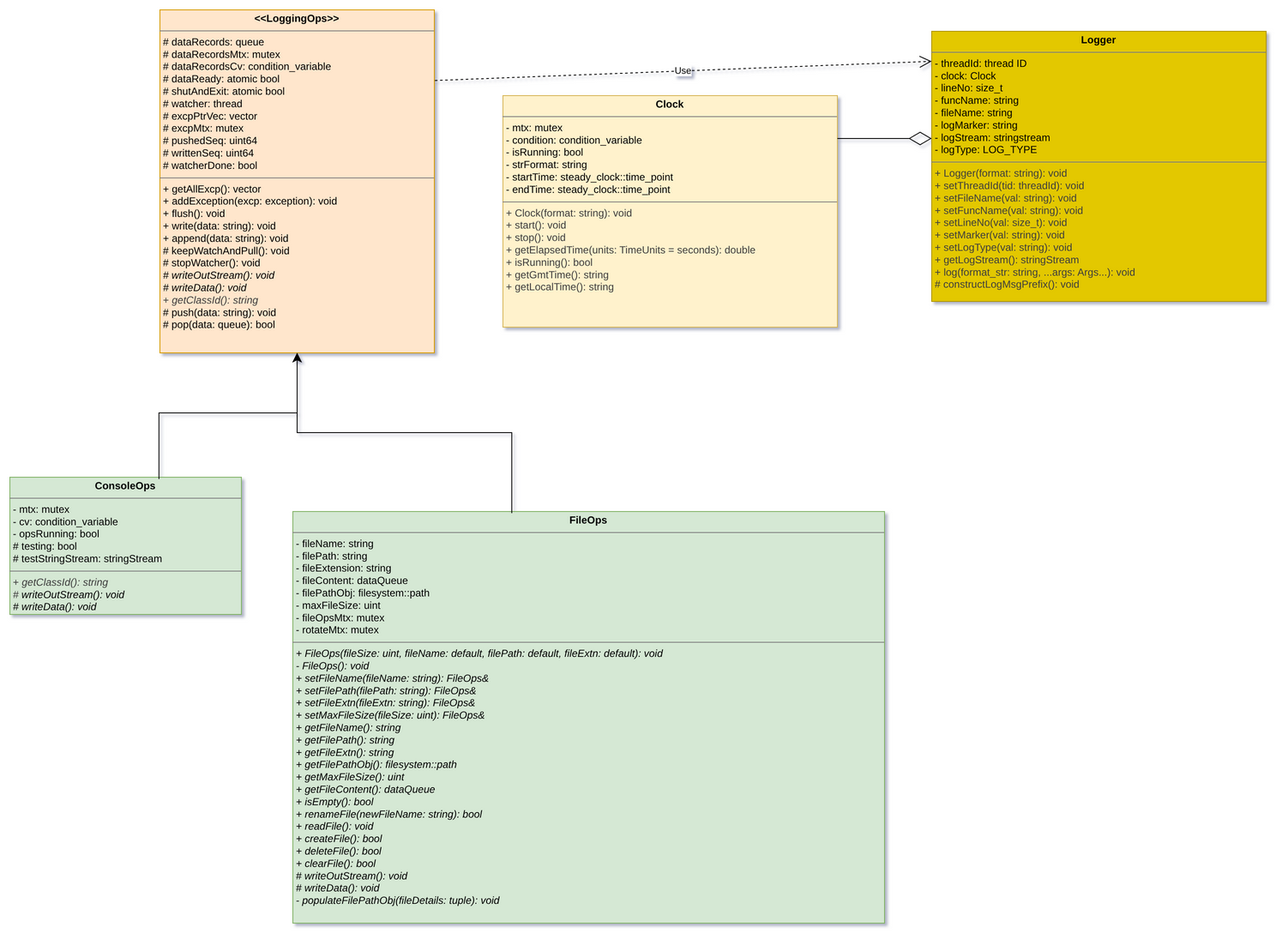
The draw.io diagram docs/ClassDiagram.drawio.png in noukutech/Logger, before a commit. Source tidied: cells renumbered, new cells last; positions are measured from the earlier drawing's top-left corner, leaving out a move shared by most shapes.
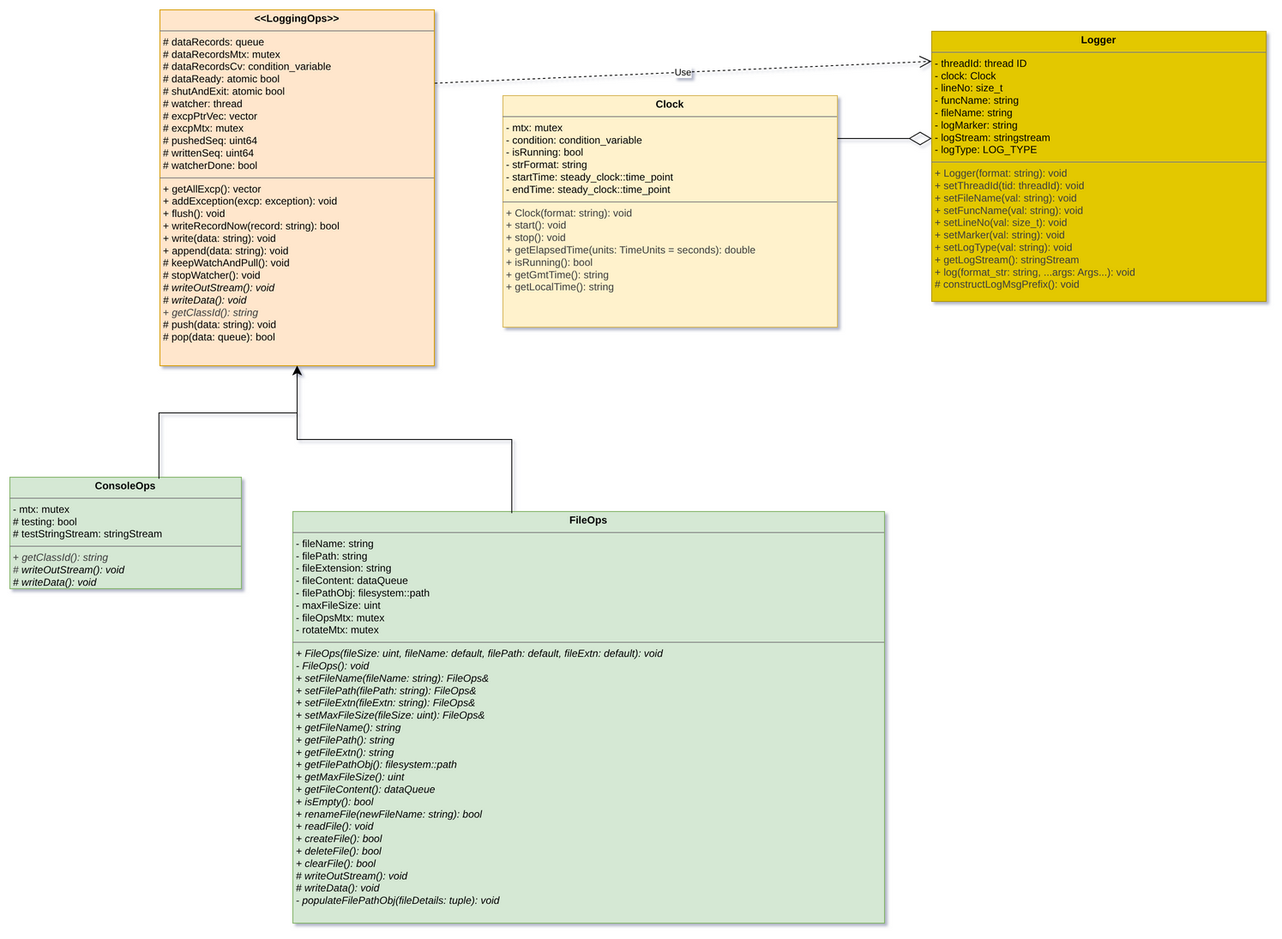
After the commit.

Commit message:
Sync Doxygen comments, class diagram and test image with merged code

What changed in the source:
```diff
@@ -2,11 +2,11 @@
   <root>
     <mxCell id="0" />
     <mxCell id="1" parent="0" />
-    <mxCell id="2" value="&lt;p style=&quot;margin:0px;margin-top:4px;text-align:center;&quot;&gt;&lt;b&gt;&amp;lt;&amp;lt;LoggingOps&amp;gt;&amp;gt;&lt;/b&gt;&lt;/p&gt;&lt;hr size=&quot;1&quot; style=&quot;border-style:solid;&quot;&gt;&lt;p style=&quot;margin:0px;margin-left:4px;&quot;&gt;# dataRecords: queue&lt;/p&gt;&lt;p style=&quot;margin:0px;margin-left:4px;&quot;&gt;# dataRecordsMtx: mutex&lt;/p&gt;&lt;p style=&quot;margin:0px;margin-left:4px;&quot;&gt;# dataRecordsCv: condition_variable&lt;/p&gt;&lt;p style=&quot;margin:0px;margin-left:4px;&quot;&gt;# dataReady: atomic bool&lt;/p&gt;&lt;p style=&quot;margin:0px;margin-left:4px;&quot;&gt;# shutAndExit: atomic bool&lt;/p&gt;&lt;p style=&quot;margin:0px;margin-left:4px;&quot;&gt;# watcher: thread&lt;/p&gt;&lt;p style=&quot;margin:0px;margin-left:4px;&quot;&gt;# excpPtrVec: vector&lt;/p&gt;&lt;p style=&quot;margin:0px;margin-left:4px;&quot;&gt;# excpMtx: mutex&lt;/p&gt;&lt;p style=&quot;margin:0px;margin-left:4px;&quot;&gt;# pushedSeq: uint64&lt;/p&gt;&lt;p style=&quot;margin:0px;margin-left:4px;&quot;&gt;# writtenSeq: uint64&lt;/p&gt;&lt;p style=&quot;margin:0px;margin-left:4px;&quot;&gt;# watcherDone: bool&lt;/p&gt;&lt;hr size=&quot;1&quot; style=&quot;border-style:solid;&quot;&gt;&lt;p style=&quot;margin: 0px 0px 0px 4px;&quot;&gt;+ getAllExcp(): vector&lt;/p&gt;&lt;p style=&quot;margin: 0px 0px 0px 4px;&quot;&gt;+ addException(excp: exception): void&lt;/p&gt;&lt;p style=&quot;margin: 0px 0px 0px 4px;&quot;&gt;+ flush(): void&lt;/p&gt;&lt;p style=&quot;margin: 0px 0px 0px 4px;&quot;&gt;+ write(data: string): void&lt;/p&gt;&lt;p style=&quot;margin: 0px 0px 0px 4px;&quot;&gt;+ append(data: string): void&lt;/p&gt;&lt;p style=&quot;margin: 0px 0px 0px 4px;&quot;&gt;# keepWatchAndPull(): void&lt;/p&gt;&lt;p style=&quot;margin: 0px 0px 0px 4px;&quot;&gt;# stopWatcher(): void&lt;/p&gt;&lt;p style=&quot;margin: 0px 0px 0px 4px;&quot;&gt;&lt;i&gt;# writeOutStream(): void&lt;/i&gt;&lt;/p&gt;&lt;p style=&quot;margin: 0px 0px 0px 4px;&quot;&gt;&lt;i&gt;# writeData(): void&lt;/i&gt;&lt;/p&gt;&lt;p style=&quot;margin: 0px 0px 0px 4px;&quot;&gt;&lt;span style=&quot;color: rgb(63, 63, 63);&quot;&gt;+&amp;nbsp;&lt;/span&gt;&lt;i style=&quot;color: rgb(63, 63, 63);&quot;&gt;getClassId(): string&lt;/i&gt;&lt;i&gt;&lt;/i&gt;&lt;/p&gt;&lt;p style=&quot;margin: 0px 0px 0px 4px;&quot;&gt;# push(data: string): void&lt;/p&gt;&lt;p style=&quot;margin: 0px 0px 0px 4px;&quot;&gt;# pop(data: queue): bool&lt;/p&gt;&lt;p style=&quot;margin: 0px 0px 0px 4px;&quot;&gt;&lt;i&gt;&lt;br&gt;&lt;/i&gt;&lt;/p&gt;" style="verticalAlign=top;align=left;overflow=fill;html=1;whiteSpace=wrap;fillColor=#ffe6cc;strokeColor=#d79b00;direction=south;" parent="1" vertex="1">
-      <mxGeometry x="175" width="320" height="400" as="geometry" />
+    <mxCell id="2" value="&lt;p style=&quot;margin:0px;margin-top:4px;text-align:center;&quot;&gt;&lt;b&gt;&amp;lt;&amp;lt;LoggingOps&amp;gt;&amp;gt;&lt;/b&gt;&lt;/p&gt;&lt;hr size=&quot;1&quot; style=&quot;border-style:solid;&quot;&gt;&lt;p style=&quot;margin:0px;margin-left:4px;&quot;&gt;# dataRecords: queue&lt;/p&gt;&lt;p style=&quot;margin:0px;margin-left:4px;&quot;&gt;# dataRecordsMtx: mutex&lt;/p&gt;&lt;p style=&quot;margin:0px;margin-left:4px;&quot;&gt;# dataRecordsCv: condition_variable&lt;/p&gt;&lt;p style=&quot;margin:0px;margin-left:4px;&quot;&gt;# dataReady: atomic bool&lt;/p&gt;&lt;p style=&quot;margin:0px;margin-left:4px;&quot;&gt;# shutAndExit: atomic bool&lt;/p&gt;&lt;p style=&quot;margin:0px;margin-left:4px;&quot;&gt;# watcher: thread&lt;/p&gt;&lt;p style=&quot;margin:0px;margin-left:4px;&quot;&gt;# excpPtrVec: vector&lt;/p&gt;&lt;p style=&quot;margin:0px;margin-left:4px;&quot;&gt;# excpMtx: mutex&lt;/p&gt;&lt;p style=&quot;margin:0px;margin-left:4px;&quot;&gt;# pushedSeq: uint64&lt;/p&gt;&lt;p style=&quot;margin:0px;margin-left:4px;&quot;&gt;# writtenSeq: uint64&lt;/p&gt;&lt;p style=&quot;margin:0px;margin-left:4px;&quot;&gt;# watcherDone: bool&lt;/p&gt;&lt;hr size=&quot;1&quot; style=&quot;border-style:solid;&quot;&gt;&lt;p style=&quot;margin: 0px 0px 0px 4px;&quot;&gt;+ getAllExcp(): vector&lt;/p&gt;&lt;p style=&quot;margin: 0px 0px 0px 4px;&quot;&gt;+ addException(excp: exception): void&lt;/p&gt;&lt;p style=&quot;margin: 0px 0px 0px 4px;&quot;&gt;+ flush(): void&lt;/p&gt;&lt;p style=&quot;margin: 0px 0px 0px 4px;&quot;&gt;+ writeRecordNow(record: string): bool&lt;/p&gt;&lt;p style=&quot;margin: 0px 0px 0px 4px;&quot;&gt;+ write(data: string): void&lt;/p&gt;&lt;p style=&quot;margin: 0px 0px 0px 4px;&quot;&gt;+ append(data: string): void&lt;/p&gt;&lt;p style=&quot;margin: 0px 0px 0px 4px;&quot;&gt;# keepWatchAndPull(): void&lt;/p&gt;&lt;p style=&quot;margin: 0px 0px 0px 4px;&quot;&gt;# stopWatcher(): void&lt;/p&gt;&lt;p style=&quot;margin: 0px 0px 0px 4px;&quot;&gt;&lt;i&gt;# writeOutStream(): void&lt;/i&gt;&lt;/p&gt;&lt;p style=&quot;margin: 0px 0px 0px 4px;&quot;&gt;&lt;i&gt;# writeData(): void&lt;/i&gt;&lt;/p&gt;&lt;p style=&quot;margin: 0px 0px 0px 4px;&quot;&gt;&lt;span style=&quot;color: rgb(63, 63, 63);&quot;&gt;+&amp;nbsp;&lt;/span&gt;&lt;i style=&quot;color: rgb(63, 63, 63);&quot;&gt;getClassId(): string&lt;/i&gt;&lt;i&gt;&lt;/i&gt;&lt;/p&gt;&lt;p style=&quot;margin: 0px 0px 0px 4px;&quot;&gt;# push(data: string): void&lt;/p&gt;&lt;p style=&quot;margin: 0px 0px 0px 4px;&quot;&gt;# pop(data: queue): bool&lt;/p&gt;&lt;p style=&quot;margin: 0px 0px 0px 4px;&quot;&gt;&lt;i&gt;&lt;br&gt;&lt;/i&gt;&lt;/p&gt;" style="verticalAlign=top;align=left;overflow=fill;html=1;whiteSpace=wrap;fillColor=#ffe6cc;strokeColor=#d79b00;direction=south;" parent="1" vertex="1">
+      <mxGeometry x="175" width="320" height="415" as="geometry" />
     </mxCell>
-    <mxCell id="3" value="&lt;p style=&quot;margin:0px;margin-top:4px;text-align:center;&quot;&gt;&lt;b&gt;ConsoleOps&lt;/b&gt;&lt;/p&gt;&lt;hr size=&quot;1&quot; style=&quot;border-style:solid;&quot;&gt;&lt;p style=&quot;margin:0px;margin-left:4px;&quot;&gt;- mtx: mutex&lt;/p&gt;&lt;p style=&quot;margin:0px;margin-left:4px;&quot;&gt;- cv: condition_variable&lt;/p&gt;&lt;p style=&quot;margin:0px;margin-left:4px;&quot;&gt;- opsRunning: bool&lt;/p&gt;&lt;p style=&quot;margin:0px;margin-left:4px;&quot;&gt;# testing: bool&lt;/p&gt;&lt;p style=&quot;margin:0px;margin-left:4px;&quot;&gt;# testStringStream: stringStream&lt;/p&gt;&lt;hr size=&quot;1&quot; style=&quot;border-style:solid;&quot;&gt;&lt;p style=&quot;margin:0px;margin-left:4px;&quot;&gt;&lt;span style=&quot;color: rgb(63, 63, 63);&quot;&gt;+&amp;nbsp;&lt;/span&gt;&lt;i style=&quot;color: rgb(63, 63, 63);&quot;&gt;getClassId(): string&lt;/i&gt;&lt;/p&gt;&lt;p style=&quot;margin:0px;margin-left:4px;&quot;&gt;&lt;i style=&quot;color: rgb(63, 63, 63);&quot;&gt;#&amp;nbsp;&lt;/i&gt;&lt;i style=&quot;background-color: transparent;&quot;&gt;writeOutStream(): void&lt;/i&gt;&lt;/p&gt;&lt;p style=&quot;margin: 0px 0px 0px 4px;&quot;&gt;&lt;i&gt;# writeData(): void&lt;/i&gt;&lt;/p&gt;" style="verticalAlign=top;align=left;overflow=fill;html=1;whiteSpace=wrap;fillColor=#d5e8d4;strokeColor=#82b366;direction=south;" parent="1" vertex="1">
-      <mxGeometry y="545" width="270" height="160" as="geometry" />
+    <mxCell id="3" value="&lt;p style=&quot;margin:0px;margin-top:4px;text-align:center;&quot;&gt;&lt;b&gt;ConsoleOps&lt;/b&gt;&lt;/p&gt;&lt;hr size=&quot;1&quot; style=&quot;border-style:solid;&quot;&gt;&lt;p style=&quot;margin:0px;margin-left:4px;&quot;&gt;- mtx: mutex&lt;/p&gt;&lt;p style=&quot;margin:0px;margin-left:4px;&quot;&gt;# testing: bool&lt;/p&gt;&lt;p style=&quot;margin:0px;margin-left:4px;&quot;&gt;# testStringStream: stringStream&lt;/p&gt;&lt;hr size=&quot;1&quot; style=&quot;border-style:solid;&quot;&gt;&lt;p style=&quot;margin:0px;margin-left:4px;&quot;&gt;&lt;span style=&quot;color: rgb(63, 63, 63);&quot;&gt;+&amp;nbsp;&lt;/span&gt;&lt;i style=&quot;color: rgb(63, 63, 63);&quot;&gt;getClassId(): string&lt;/i&gt;&lt;/p&gt;&lt;p style=&quot;margin:0px;margin-left:4px;&quot;&gt;&lt;i style=&quot;color: rgb(63, 63, 63);&quot;&gt;#&amp;nbsp;&lt;/i&gt;&lt;i style=&quot;background-color: transparent;&quot;&gt;writeOutStream(): void&lt;/i&gt;&lt;/p&gt;&lt;p style=&quot;margin: 0px 0px 0px 4px;&quot;&gt;&lt;i&gt;# writeData(): void&lt;/i&gt;&lt;/p&gt;" style="verticalAlign=top;align=left;overflow=fill;html=1;whiteSpace=wrap;fillColor=#d5e8d4;strokeColor=#82b366;direction=south;" parent="1" vertex="1">
+      <mxGeometry y="545" width="270" height="130" as="geometry" />
     </mxCell>
     <mxCell id="4" value="&lt;p style=&quot;margin:0px;margin-top:4px;text-align:center;&quot;&gt;&lt;b&gt;FileOps&lt;/b&gt;&lt;/p&gt;&lt;hr size=&quot;1&quot; style=&quot;border-style:solid;&quot;&gt;&lt;p style=&quot;margin:0px;margin-left:4px;&quot;&gt;- fileName: string&lt;/p&gt;&lt;p style=&quot;margin:0px;margin-left:4px;&quot;&gt;- filePath: string&lt;/p&gt;&lt;p style=&quot;margin:0px;margin-left:4px;&quot;&gt;- fileExtension: string&lt;/p&gt;&lt;p style=&quot;margin:0px;margin-left:4px;&quot;&gt;- fileContent: dataQueue&lt;/p&gt;&lt;p style=&quot;margin:0px;margin-left:4px;&quot;&gt;- filePathObj: filesystem::path&lt;/p&gt;&lt;p style=&quot;margin:0px;margin-left:4px;&quot;&gt;- maxFileSize: uint&lt;/p&gt;&lt;p style=&quot;margin:0px;margin-left:4px;&quot;&gt;- fileOpsMtx: mutex&lt;/p&gt;&lt;p style=&quot;margin:0px;margin-left:4px;&quot;&gt;- rotateMtx: mutex&lt;/p&gt;&lt;hr size=&quot;1&quot; style=&quot;border-style:solid;&quot;&gt;&lt;p style=&quot;margin:0px;margin-left:4px;&quot;&gt;&lt;i&gt;+ FileOps(fileSize: uint, fileName: default, filePath: default, fileExtn: default): void&lt;/i&gt;&lt;/p&gt;&lt;p style=&quot;margin:0px;margin-left:4px;&quot;&gt;&lt;i&gt;- FileOps(): void&lt;/i&gt;&lt;/p&gt;&lt;p style=&quot;margin:0px;margin-left:4px;&quot;&gt;&lt;i&gt;+ setFileName(fileName: string): FileOps&amp;amp;&lt;/i&gt;&lt;/p&gt;&lt;p style=&quot;margin:0px;margin-left:4px;&quot;&gt;&lt;i&gt;+ setFilePath(filePath: string): FileOps&amp;amp;&lt;/i&gt;&lt;/p&gt;&lt;p style=&quot;margin:0px;margin-left:4px;&quot;&gt;&lt;i&gt;+ setFileExtn(fileExtn: string): FileOps&amp;amp;&lt;/i&gt;&lt;/p&gt;&lt;p style=&quot;margin:0px;margin-left:4px;&quot;&gt;&lt;i&gt;+ setMaxFileSize(fileSize: uint): FileOps&amp;amp;&lt;/i&gt;&lt;/p&gt;&lt;p style=&quot;margin:0px;margin-left:4px;&quot;&gt;&lt;i&gt;+ getFileName(): string&lt;/i&gt;&lt;/p&gt;&lt;p style=&quot;margin:0px;margin-left:4px;&quot;&gt;&lt;i&gt;+ getFilePath(): string&lt;/i&gt;&lt;/p&gt;&lt;p style=&quot;margin:0px;margin-left:4px;&quot;&gt;&lt;i&gt;+ getFileExtn(): string&lt;/i&gt;&lt;/p&gt;&lt;p style=&quot;margin:0px;margin-left:4px;&quot;&gt;&lt;i&gt;+ getFilePathObj(): filesystem::path&lt;/i&gt;&lt;/p&gt;&lt;p style=&quot;margin:0px;margin-left:4px;&quot;&gt;&lt;i&gt;+ getMaxFileSize(): uint&lt;/i&gt;&lt;/p&gt;&lt;p style=&quot;margin:0px;margin-left:4px;&quot;&gt;&lt;i&gt;+ getFileContent(): dataQueue&lt;/i&gt;&lt;/p&gt;&lt;p style=&quot;margin:0px;margin-left:4px;&quot;&gt;&lt;i&gt;+ isEmpty(): bool&lt;/i&gt;&lt;/p&gt;&lt;p style=&quot;margin:0px;margin-left:4px;&quot;&gt;&lt;i&gt;+ renameFile(newFileName: string): bool&lt;/i&gt;&lt;/p&gt;&lt;p style=&quot;margin:0px;margin-left:4px;&quot;&gt;&lt;i&gt;+ readFile(): void&lt;/i&gt;&lt;/p&gt;&lt;p style=&quot;margin:0px;margin-left:4px;&quot;&gt;&lt;i&gt;+ createFile(): bool&lt;/i&gt;&lt;/p&gt;&lt;p style=&quot;margin:0px;margin-left:4px;&quot;&gt;&lt;i&gt;+ deleteFile(): bool&lt;/i&gt;&lt;/p&gt;&lt;p style=&quot;margin:0px;margin-left:4px;&quot;&gt;&lt;i&gt;+ clearFile(): bool&lt;/i&gt;&lt;/p&gt;&lt;p style=&quot;margin:0px;margin-left:4px;&quot;&gt;&lt;i&gt;# writeOutStream(): void&lt;/i&gt;&lt;/p&gt;&lt;p style=&quot;margin:0px;margin-left:4px;&quot;&gt;&lt;i&gt;# writeData(): void&lt;/i&gt;&lt;/p&gt;&lt;p style=&quot;margin:0px;margin-left:4px;&quot;&gt;&lt;i&gt;- populateFilePathObj(fileDetails: tuple): void&lt;/i&gt;&lt;/p&gt;&lt;p style=&quot;margin:0px;margin-left:4px;&quot;&gt;&lt;i&gt;&lt;br&gt;&lt;/i&gt;&lt;/p&gt;" style="verticalAlign=top;align=left;overflow=fill;html=1;whiteSpace=wrap;fillColor=#d5e8d4;strokeColor=#82b366;direction=west;" parent="1" vertex="1">
       <mxGeometry x="330" y="585" width="690" height="480" as="geometry" />
@@ -30,7 +30,7 @@
     </mxCell>
     <mxCell id="9" style="edgeStyle=elbowEdgeStyle;elbow=vertical;endArrow=classic;html=1;curved=0;rounded=0;endSize=8;startSize=8;exitX=0.013;exitY=0.356;exitDx=0;exitDy=0;exitPerimeter=0;" parent="1" edge="1" source="3">
       <mxGeometry relative="1" as="geometry">
-        <mxPoint x="335" y="400" as="targetPoint" />
+        <mxPoint x="335" y="415" as="targetPoint" />
         <Array as="points">
           <mxPoint x="335" y="470" />
         </Array>
```
